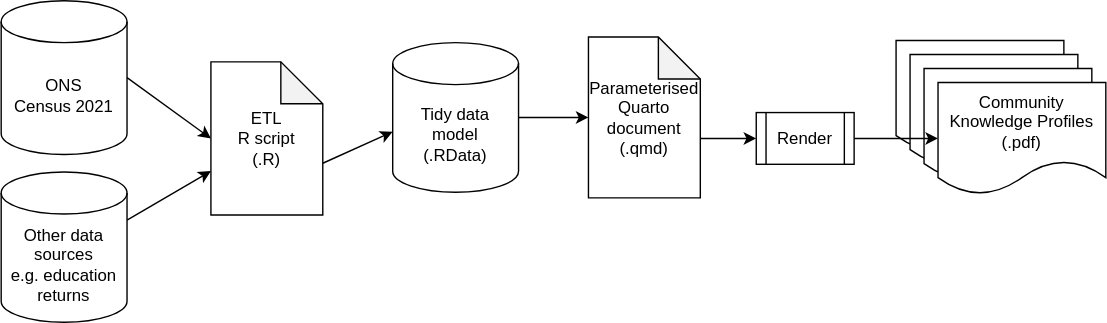
The draw.io diagram ckp-pipeline.drawio.svg in scc-pi/community-knowledge-profiles, before a commit. Source tidied: cells renumbered, new cells last; positions are measured from the earlier drawing's top-left corner, leaving out a move shared by most shapes.
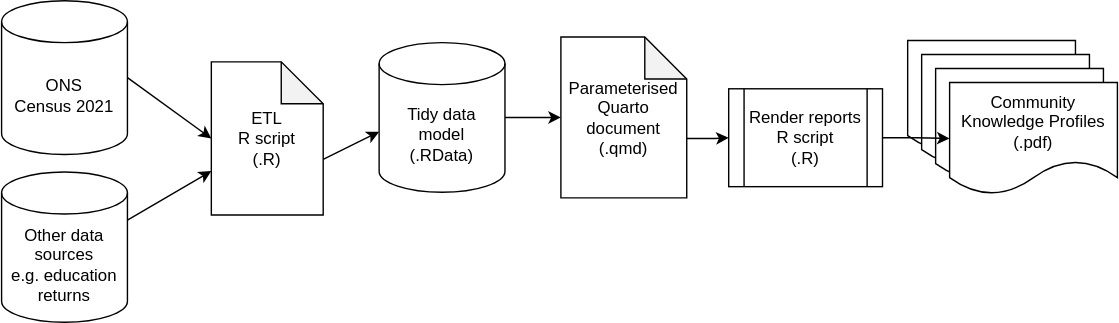
The same diagram one commit later.

Commit message:
detail Render reports R script in diagram

Diff of the diagram source:
```diff
@@ -9,24 +9,24 @@
       <mxGeometry width="90" height="110" as="geometry" />
     </mxCell>
     <mxCell id="4" style="shape=document;whiteSpace=wrap;html=1;boundedLbl=1;" parent="1" vertex="1">
-      <mxGeometry x="640" y="28.5" width="120" height="80" as="geometry" />
+      <mxGeometry x="648" y="28.5" width="120" height="80" as="geometry" />
     </mxCell>
     <mxCell id="5" style="shape=document;whiteSpace=wrap;html=1;boundedLbl=1;" parent="1" vertex="1">
-      <mxGeometry x="650" y="38.5" width="120" height="80" as="geometry" />
+      <mxGeometry x="658" y="38.5" width="120" height="80" as="geometry" />
     </mxCell>
     <mxCell id="6" style="shape=document;whiteSpace=wrap;html=1;boundedLbl=1;" parent="1" vertex="1">
-      <mxGeometry x="660" y="48.5" width="120" height="80" as="geometry" />
+      <mxGeometry x="668" y="48.5" width="120" height="80" as="geometry" />
     </mxCell>
     <mxCell id="7" value="Community Knowledge Profiles&lt;br&gt;(.pdf)" style="shape=document;whiteSpace=wrap;html=1;boundedLbl=1;" parent="1" vertex="1">
-      <mxGeometry x="670" y="58.5" width="120" height="80" as="geometry" />
+      <mxGeometry x="678" y="58.5" width="120" height="80" as="geometry" />
     </mxCell>
     <mxCell id="8" style="edgeStyle=orthogonalEdgeStyle;rounded=0;jettySize=auto;html=1;exitX=0;exitY=0;exitDx=80;exitDy=72.5;exitPerimeter=0;entryX=0;entryY=0.5;entryDx=0;entryDy=0;" parent="1" edge="1" source="9" target="17">
       <mxGeometry relative="1" as="geometry" />
     </mxCell>
     <mxCell id="9" value="Parameterised Quarto document&lt;br&gt;(.qmd)" style="shape=note;whiteSpace=wrap;html=1;backgroundOutline=1;darkOpacity=0.05;" parent="1" vertex="1">
-      <mxGeometry x="420" y="26" width="80" height="115" as="geometry" />
+      <mxGeometry x="400" y="26" width="90" height="115" as="geometry" />
     </mxCell>
-    <mxCell id="10" style="rounded=0;jettySize=auto;html=1;exitX=0;exitY=0;exitDx=80;exitDy=72.5;exitPerimeter=0;entryX=0;entryY=0;entryDx=0;entryDy=63.75;entryPerimeter=0;" parent="1" edge="1" source="11" target="13">
+    <mxCell id="10" style="rounded=0;jettySize=auto;html=1;exitX=0;exitY=0;exitDx=80;exitDy=69.75;exitPerimeter=0;entryX=0;entryY=0;entryDx=0;entryDy=63.75;entryPerimeter=0;" parent="1" edge="1" source="11" target="13">
       <mxGeometry relative="1" as="geometry" />
     </mxCell>
     <mxCell id="11" value="ETL&lt;br&gt;R script&lt;br&gt;(.R)" style="shape=note;whiteSpace=wrap;html=1;backgroundOutline=1;darkOpacity=0.05;" parent="1" vertex="1">
@@ -36,7 +36,7 @@
       <mxGeometry relative="1" as="geometry" />
     </mxCell>
     <mxCell id="13" value="Tidy data&lt;br&gt;model&lt;br&gt;(.RData)" style="shape=cylinder3;whiteSpace=wrap;html=1;boundedLbl=1;backgroundOutline=1;size=15;" parent="1" vertex="1">
-      <mxGeometry x="280" y="30" width="90" height="107" as="geometry" />
+      <mxGeometry x="270" y="30" width="90" height="107" as="geometry" />
     </mxCell>
     <mxCell id="14" style="rounded=0;jettySize=auto;html=1;exitX=1;exitY=0;exitDx=0;exitDy=34.375;exitPerimeter=0;" parent="1" edge="1" source="15" target="11">
       <mxGeometry relative="1" as="geometry" />
@@ -47,8 +47,8 @@
     <mxCell id="16" style="edgeStyle=orthogonalEdgeStyle;rounded=0;jettySize=auto;html=1;exitX=1;exitY=0.5;exitDx=0;exitDy=0;entryX=0;entryY=0.5;entryDx=0;entryDy=0;" parent="1" edge="1" source="17" target="7">
       <mxGeometry relative="1" as="geometry" />
     </mxCell>
-    <mxCell id="17" value="Render" style="shape=process;whiteSpace=wrap;html=1;backgroundOutline=1;" parent="1" vertex="1">
-      <mxGeometry x="540" y="80" width="70" height="37" as="geometry" />
+    <mxCell id="17" value="Render reports R script&lt;br&gt;(.R)" style="shape=process;whiteSpace=wrap;html=1;backgroundOutline=1;" parent="1" vertex="1">
+      <mxGeometry x="520" y="63" width="110" height="70" as="geometry" />
     </mxCell>
   </root>
 </mxGraphModel>
```
